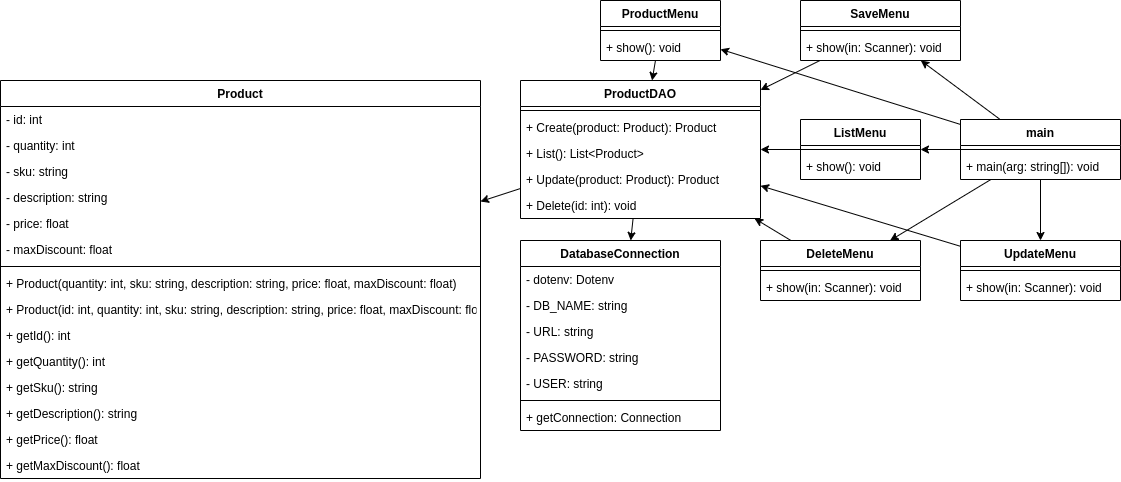
The draw.io diagram docs/uml.drawio.png in rafaScalet/JDBC-CRUD, before a commit. Source tidied: cells renumbered, new cells last; positions are measured from the earlier drawing's top-left corner, leaving out a move shared by most shapes.
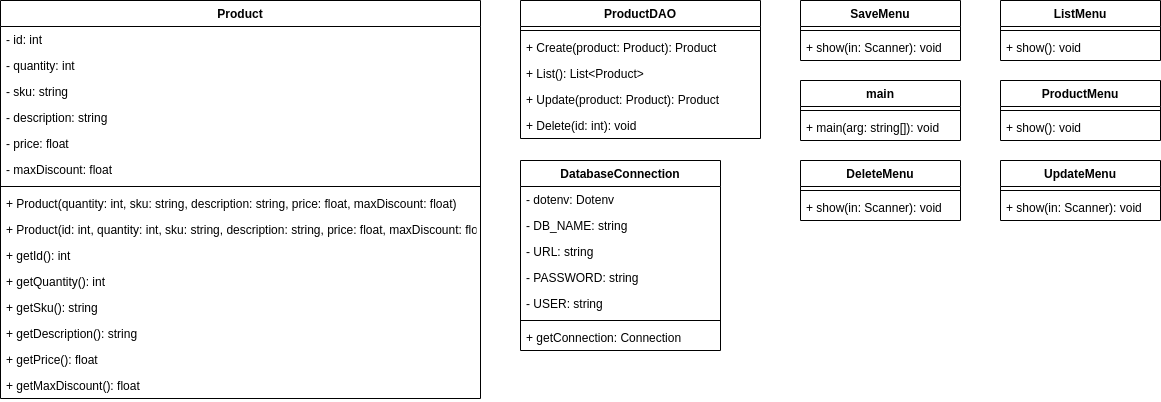
The same diagram one commit later.

Diff of the diagram source:
```diff
@@ -50,9 +50,6 @@
     <mxCell id="17" value="+ getMaxDiscount(): float" style="text;strokeColor=none;fillColor=none;align=left;verticalAlign=top;spacingLeft=4;spacingRight=4;overflow=hidden;" parent="2" vertex="1">
       <mxGeometry y="372" width="480" height="26" as="geometry" />
     </mxCell>
-    <mxCell id="18" style="edgeStyle=none;html=1;" parent="1" edge="1" source="19" target="29">
-      <mxGeometry relative="1" as="geometry" />
-    </mxCell>
     <mxCell id="19" value="ProductDAO" style="swimlane;fontStyle=1;align=center;verticalAlign=top;horizontal=1;startSize=26;" parent="1" vertex="1">
       <mxGeometry x="520" y="80" width="240" height="138" as="geometry" />
     </mxCell>
@@ -71,17 +68,14 @@
     <mxCell id="24" value="+ Delete(id: int): void" style="text;strokeColor=none;fillColor=none;align=left;verticalAlign=top;spacingLeft=4;spacingRight=4;overflow=hidden;" parent="19" vertex="1">
       <mxGeometry y="112" width="240" height="26" as="geometry" />
     </mxCell>
-    <mxCell id="25" style="edgeStyle=none;html=1;" parent="1" edge="1" source="26" target="19">
-      <mxGeometry relative="1" as="geometry" />
-    </mxCell>
     <mxCell id="26" value="ProductMenu" style="swimlane;fontStyle=1;align=center;verticalAlign=top;horizontal=1;startSize=26;" parent="1" vertex="1">
-      <mxGeometry x="600" width="120" height="60" as="geometry" />
+      <mxGeometry x="1000" y="160" width="160" height="60" as="geometry" />
     </mxCell>
     <mxCell id="27" style="line;strokeWidth=1;fillColor=none;align=left;verticalAlign=middle;spacingTop=-1;spacingLeft=3;spacingRight=3;labelPosition=right;strokeColor=inherit;" parent="26" vertex="1">
-      <mxGeometry y="26" width="120" height="8" as="geometry" />
+      <mxGeometry y="26" width="160" height="8" as="geometry" />
     </mxCell>
     <mxCell id="28" value="+ show(): void" style="text;strokeColor=none;fillColor=none;align=left;verticalAlign=top;spacingLeft=4;spacingRight=4;overflow=hidden;" parent="26" vertex="1">
-      <mxGeometry y="34" width="120" height="26" as="geometry" />
+      <mxGeometry y="34" width="160" height="26" as="geometry" />
     </mxCell>
     <mxCell id="29" value="DatabaseConnection" style="swimlane;fontStyle=1;align=center;verticalAlign=top;horizontal=1;startSize=26;" parent="1" vertex="1">
       <mxGeometry x="520" y="240" width="200" height="190" as="geometry" />
@@ -108,19 +102,16 @@
       <mxGeometry y="164" width="200" height="26" as="geometry" />
     </mxCell>
     <mxCell id="37" value="ListMenu" style="swimlane;fontStyle=1;align=center;verticalAlign=top;horizontal=1;startSize=26;" parent="1" vertex="1">
-      <mxGeometry x="800" y="119" width="120" height="60" as="geometry" />
+      <mxGeometry x="1000" y="80" width="160" height="60" as="geometry" />
     </mxCell>
     <mxCell id="38" style="line;strokeWidth=1;fillColor=none;align=left;verticalAlign=middle;spacingTop=-1;spacingLeft=3;spacingRight=3;labelPosition=right;strokeColor=inherit;" parent="37" vertex="1">
-      <mxGeometry y="26" width="120" height="8" as="geometry" />
+      <mxGeometry y="26" width="160" height="8" as="geometry" />
     </mxCell>
     <mxCell id="39" value="+ show(): void" style="text;strokeColor=none;fillColor=none;align=left;verticalAlign=top;spacingLeft=4;spacingRight=4;overflow=hidden;" parent="37" vertex="1">
-      <mxGeometry y="34" width="120" height="26" as="geometry" />
+      <mxGeometry y="34" width="160" height="26" as="geometry" />
     </mxCell>
-    <mxCell id="40" style="edgeStyle=none;html=1;" parent="1" edge="1" source="41" target="19">
-      <mxGeometry relative="1" as="geometry" />
-    </mxCell>
     <mxCell id="41" value="SaveMenu" style="swimlane;fontStyle=1;align=center;verticalAlign=top;horizontal=1;startSize=26;" parent="1" vertex="1">
-      <mxGeometry x="800" width="160" height="60" as="geometry" />
+      <mxGeometry x="800" y="80" width="160" height="60" as="geometry" />
     </mxCell>
     <mxCell id="42" style="line;strokeWidth=1;fillColor=none;align=left;verticalAlign=middle;spacingTop=-1;spacingLeft=3;spacingRight=3;labelPosition=right;strokeColor=inherit;" parent="41" vertex="1">
       <mxGeometry y="26" width="160" height="8" as="geometry" />
@@ -128,11 +119,8 @@
     <mxCell id="43" value="+ show(in: Scanner): void" style="text;strokeColor=none;fillColor=none;align=left;verticalAlign=top;spacingLeft=4;spacingRight=4;overflow=hidden;" parent="41" vertex="1">
       <mxGeometry y="34" width="160" height="26" as="geometry" />
     </mxCell>
-    <mxCell id="44" style="edgeStyle=none;html=1;" parent="1" edge="1" source="45" target="19">
-      <mxGeometry relative="1" as="geometry" />
-    </mxCell>
     <mxCell id="45" value="DeleteMenu" style="swimlane;fontStyle=1;align=center;verticalAlign=top;horizontal=1;startSize=26;" parent="1" vertex="1">
-      <mxGeometry x="760" y="240" width="160" height="60" as="geometry" />
+      <mxGeometry x="800" y="240" width="160" height="60" as="geometry" />
     </mxCell>
     <mxCell id="46" style="line;strokeWidth=1;fillColor=none;align=left;verticalAlign=middle;spacingTop=-1;spacingLeft=3;spacingRight=3;labelPosition=right;strokeColor=inherit;" parent="45" vertex="1">
       <mxGeometry y="26" width="160" height="8" as="geometry" />
@@ -140,11 +128,8 @@
     <mxCell id="47" value="+ show(in: Scanner): void" style="text;strokeColor=none;fillColor=none;align=left;verticalAlign=top;spacingLeft=4;spacingRight=4;overflow=hidden;" parent="45" vertex="1">
       <mxGeometry y="34" width="160" height="26" as="geometry" />
     </mxCell>
-    <mxCell id="48" style="edgeStyle=none;html=1;" parent="1" edge="1" source="49" target="19">
-      <mxGeometry relative="1" as="geometry" />
-    </mxCell>
     <mxCell id="49" value="UpdateMenu" style="swimlane;fontStyle=1;align=center;verticalAlign=top;horizontal=1;startSize=26;" parent="1" vertex="1">
-      <mxGeometry x="960" y="240" width="160" height="60" as="geometry" />
+      <mxGeometry x="1000" y="240" width="160" height="60" as="geometry" />
     </mxCell>
     <mxCell id="50" style="line;strokeWidth=1;fillColor=none;align=left;verticalAlign=middle;spacingTop=-1;spacingLeft=3;spacingRight=3;labelPosition=right;strokeColor=inherit;" parent="49" vertex="1">
       <mxGeometry y="26" width="160" height="8" as="geometry" />
@@ -152,20 +137,8 @@
     <mxCell id="51" value="+ show(in: Scanner): void" style="text;strokeColor=none;fillColor=none;align=left;verticalAlign=top;spacingLeft=4;spacingRight=4;overflow=hidden;" parent="49" vertex="1">
       <mxGeometry y="34" width="160" height="26" as="geometry" />
     </mxCell>
-    <mxCell id="52" style="edgeStyle=none;html=1;" parent="1" edge="1" source="19" target="2">
-      <mxGeometry relative="1" as="geometry" />
-    </mxCell>
-    <mxCell id="53" style="edgeStyle=none;html=1;" parent="1" edge="1" source="56" target="26">
-      <mxGeometry relative="1" as="geometry" />
-    </mxCell>
-    <mxCell id="54" style="edgeStyle=none;html=1;" parent="1" edge="1" source="56" target="41">
-      <mxGeometry relative="1" as="geometry" />
-    </mxCell>
-    <mxCell id="55" style="edgeStyle=none;html=1;" parent="1" edge="1" source="56" target="45">
-      <mxGeometry relative="1" as="geometry" />
-    </mxCell>
     <mxCell id="56" value="main" style="swimlane;fontStyle=1;align=center;verticalAlign=top;horizontal=1;startSize=26;" parent="1" vertex="1">
-      <mxGeometry x="960" y="119" width="160" height="60" as="geometry" />
+      <mxGeometry x="800" y="160" width="160" height="60" as="geometry" />
     </mxCell>
     <mxCell id="57" style="line;strokeWidth=1;fillColor=none;align=left;verticalAlign=middle;spacingTop=-1;spacingLeft=3;spacingRight=3;labelPosition=right;strokeColor=inherit;" parent="56" vertex="1">
       <mxGeometry y="26" width="160" height="8" as="geometry" />
@@ -173,14 +146,5 @@
     <mxCell id="58" value="+ main(arg: string[]): void" style="text;strokeColor=none;fillColor=none;align=left;verticalAlign=top;spacingLeft=4;spacingRight=4;overflow=hidden;" parent="56" vertex="1">
       <mxGeometry y="34" width="160" height="26" as="geometry" />
     </mxCell>
-    <mxCell id="59" style="edgeStyle=none;html=1;" parent="1" edge="1" source="56" target="37">
-      <mxGeometry relative="1" as="geometry" />
-    </mxCell>
-    <mxCell id="60" style="edgeStyle=none;html=1;" parent="1" edge="1" source="56" target="49">
-      <mxGeometry relative="1" as="geometry" />
-    </mxCell>
-    <mxCell id="61" style="edgeStyle=none;html=1;" parent="1" edge="1" source="37" target="19">
-      <mxGeometry relative="1" as="geometry" />
-    </mxCell>
   </root>
 </mxGraphModel>
```
